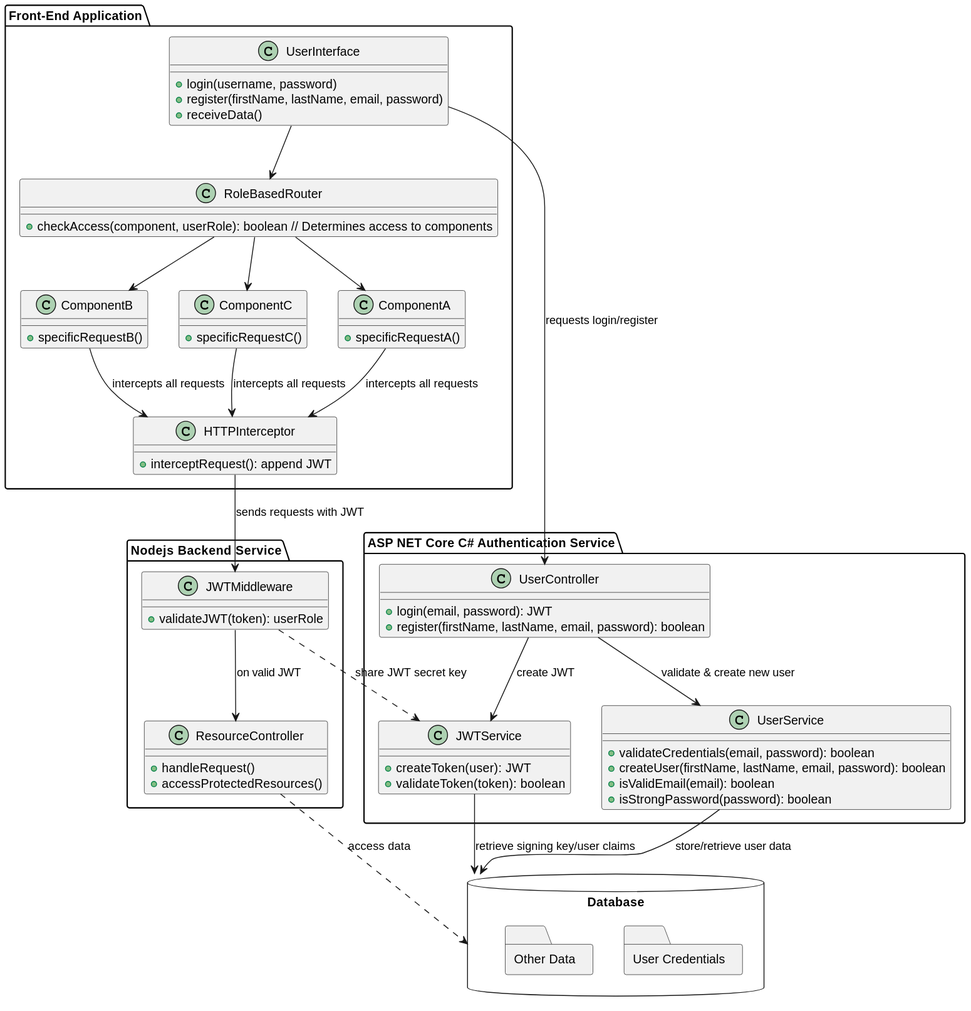
Above: out/C#/C#.svg in NunoTeixeiraMota/ProjetoIntegrador24 (PlantUML), before the change.
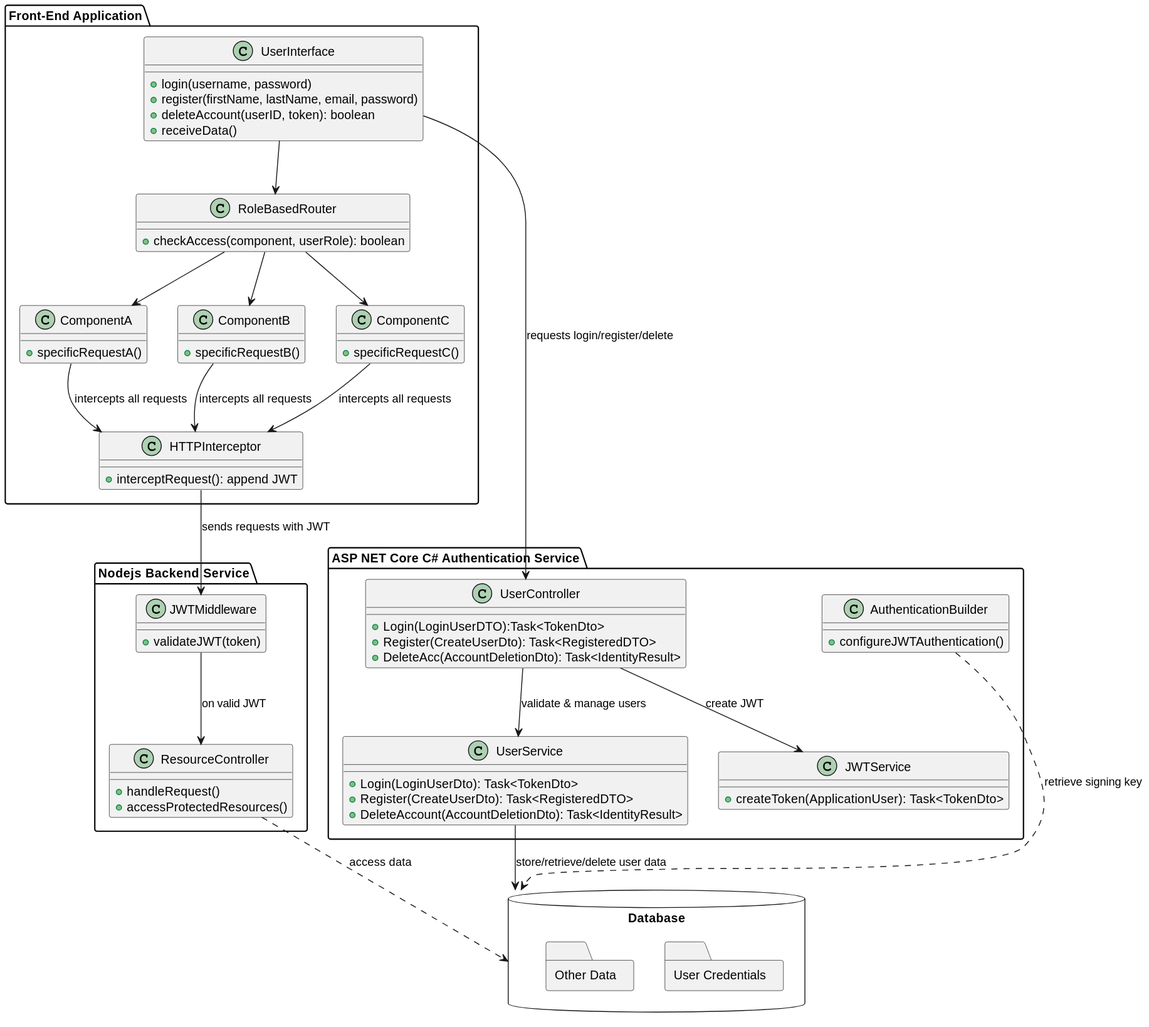
After the change.

Diff of the diagram source:
```diff
@@ -13,7 +13,7 @@
         +specificRequestC()
     }
     RECTANGLE RoleBasedRouter {
-        +checkAccess(component, userRole): boolean // Determines access to components
+        +checkAccess(component, userRole): boolean
     }
     RECTANGLE HTTPInterceptor {
         +interceptRequest(): append JWT
@@ -21,30 +21,33 @@
     RECTANGLE UserInterface {
         +login(username, password)
         +register(firstName, lastName, email, password)
+        +deleteAccount(userID, token): boolean
         +receiveData()
     }
 }
 
 package "ASP NET Core C# Authentication Service" {
+    RECTANGLE AuthenticationBuilder {
+        +configureJWTAuthentication()
+    }
     RECTANGLE UserController {
-        +login(email, password): JWT
-        +register(firstName, lastName, email, password): boolean
+        +Login(LoginUserDTO):Task<TokenDto>
+        +Register(CreateUserDto): Task<RegisteredDTO>
+        +DeleteAcc(AccountDeletionDto): Task<IdentityResult>
     }
     RECTANGLE UserService {
-        +validateCredentials(email, password): boolean
-        +createUser(firstName, lastName, email, password): boolean
-        +isValidEmail(email): boolean
-        +isStrongPassword(password): boolean
+        +Login(LoginUserDto): Task<TokenDto>
+        +Register(CreateUserDto): Task<RegisteredDTO>
+        +DeleteAccount(AccountDeletionDto): Task<IdentityResult>
     }
     RECTANGLE JWTService {
-        +createToken(user): JWT
-        +validateToken(token): boolean
+        +createToken(ApplicationUser): Task<TokenDto>
     }
 }
 
 package "Nodejs Backend Service" {
     RECTANGLE JWTMiddleware {
-        +validateJWT(token): userRole
+        +validateJWT(token)
     }
     RECTANGLE ResourceController {
         +handleRequest()
@@ -58,6 +61,7 @@
     folder "Other Data" {
     }
 }
+
 UserInterface --> RoleBasedRouter
 RoleBasedRouter --> ComponentA
 RoleBasedRouter --> ComponentB
@@ -65,14 +69,13 @@
 ComponentA --> HTTPInterceptor : intercepts all requests
 ComponentB --> HTTPInterceptor : intercepts all requests
 ComponentC --> HTTPInterceptor : intercepts all requests
-UserInterface --> UserController : requests login/register
-UserController --> UserService : validate & create new user
-UserService --> Database : store/retrieve user data
+UserInterface --> UserController : requests login/register/delete
+UserController --> UserService : validate & manage users
+UserService --> Database : store/retrieve/delete user data
 UserController --> JWTService : create JWT
-JWTService --> Database : retrieve signing key/user claims
+AuthenticationBuilder ..> Database : retrieve signing key
 HTTPInterceptor --> JWTMiddleware : sends requests with JWT
 JWTMiddleware --> ResourceController : on valid JWT
-JWTMiddleware ..> JWTService : share JWT secret key
 ResourceController ..> Database : access data
 
 @enduml
```
